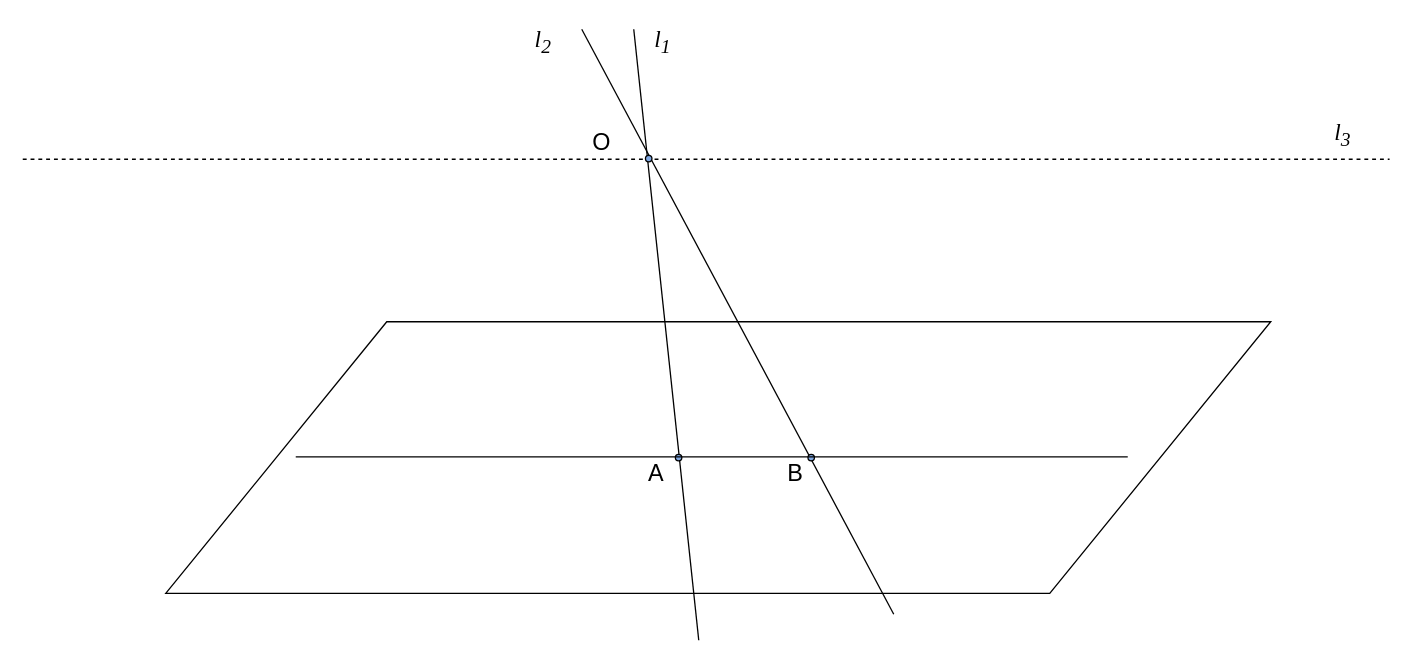
The draw.io diagram page "p03" (3 of 15) of slides/proj_plane.drawio in amcp-pit/geom_course, before the edit. Source tidied: cells renumbered, new cells numbered last; positions are measured from the earlier drawing's top-left corner, leaving out a move shared by most shapes. Both pictures are drawn from the tidied source at 130%, with x=0, y=0 at pixel (22, 22).
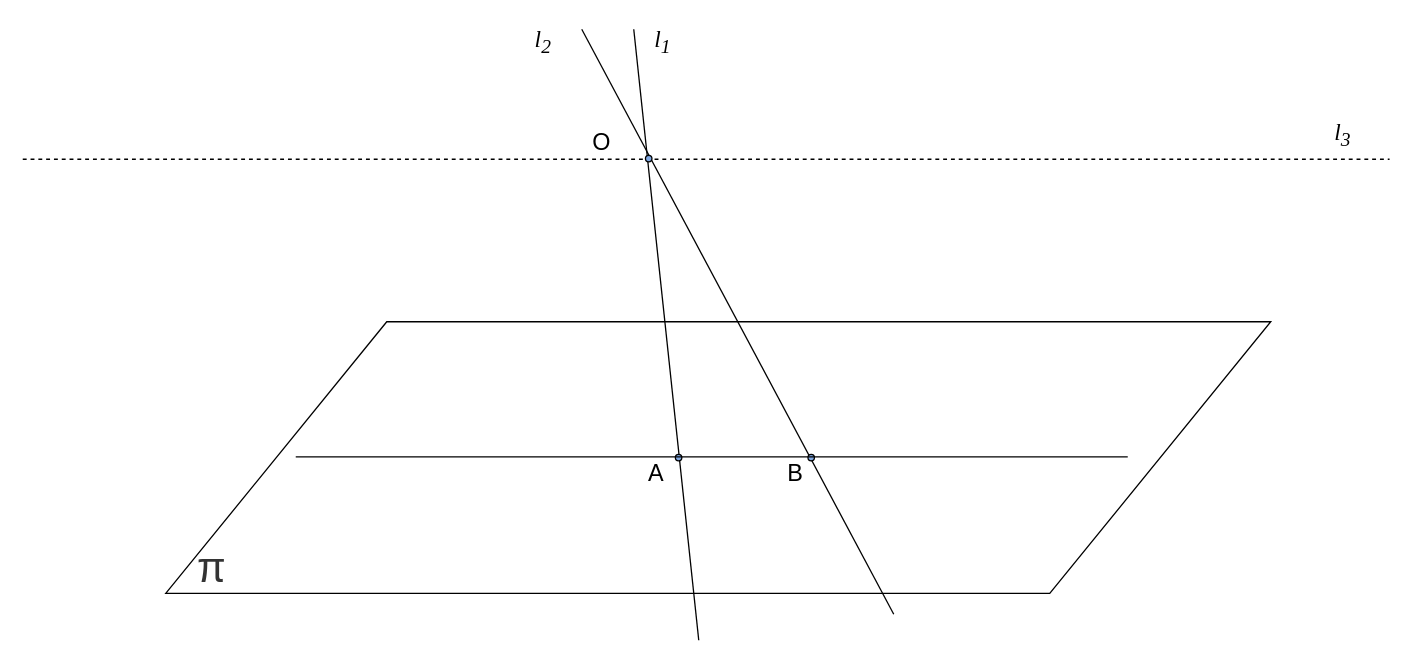
After the change.

Change to the diagram source:
```diff
@@
+    <mxCell id="16" value="&lt;span style=&quot;color: rgb(51 , 51 , 51) ; font-family: &amp;#34;u0000&amp;#34; ; background-color: rgb(255 , 255 , 255)&quot;&gt;&lt;font style=&quot;font-size: 32px&quot;&gt;π&lt;/font&gt;&lt;/span&gt;" style="text;html=1;align=center;verticalAlign=middle;" parent="1" vertex="1">
+      <mxGeometry x="130" y="405" width="30" height="30" as="geometry" />
+    </mxCell>
```
